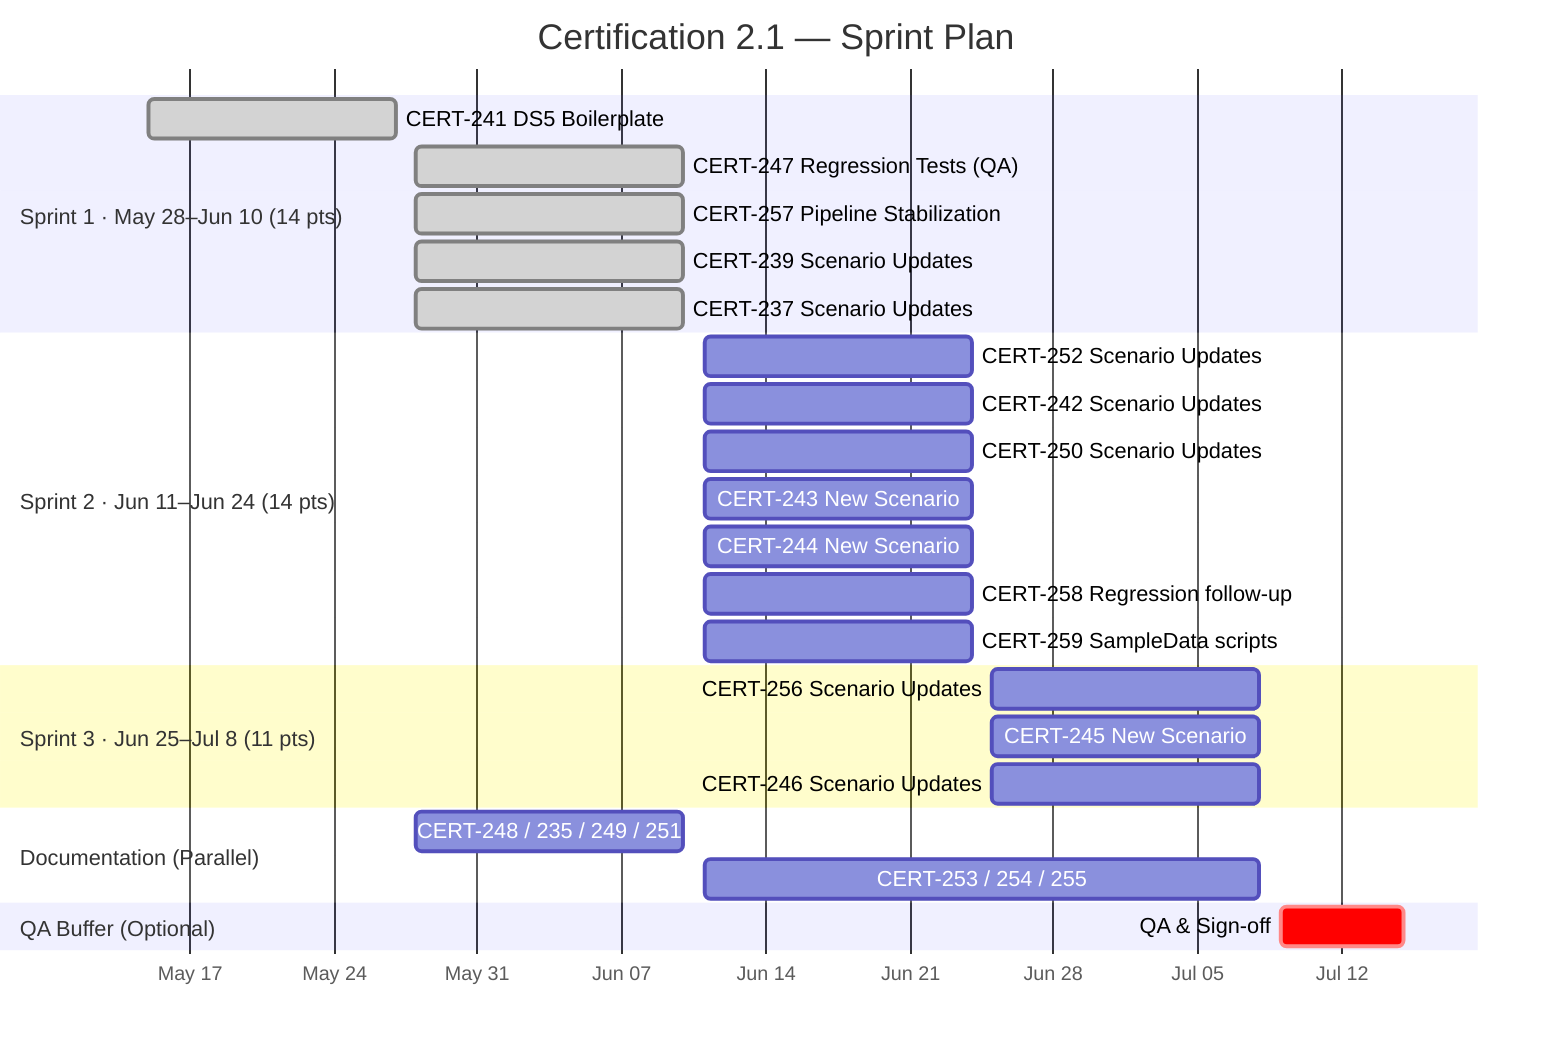
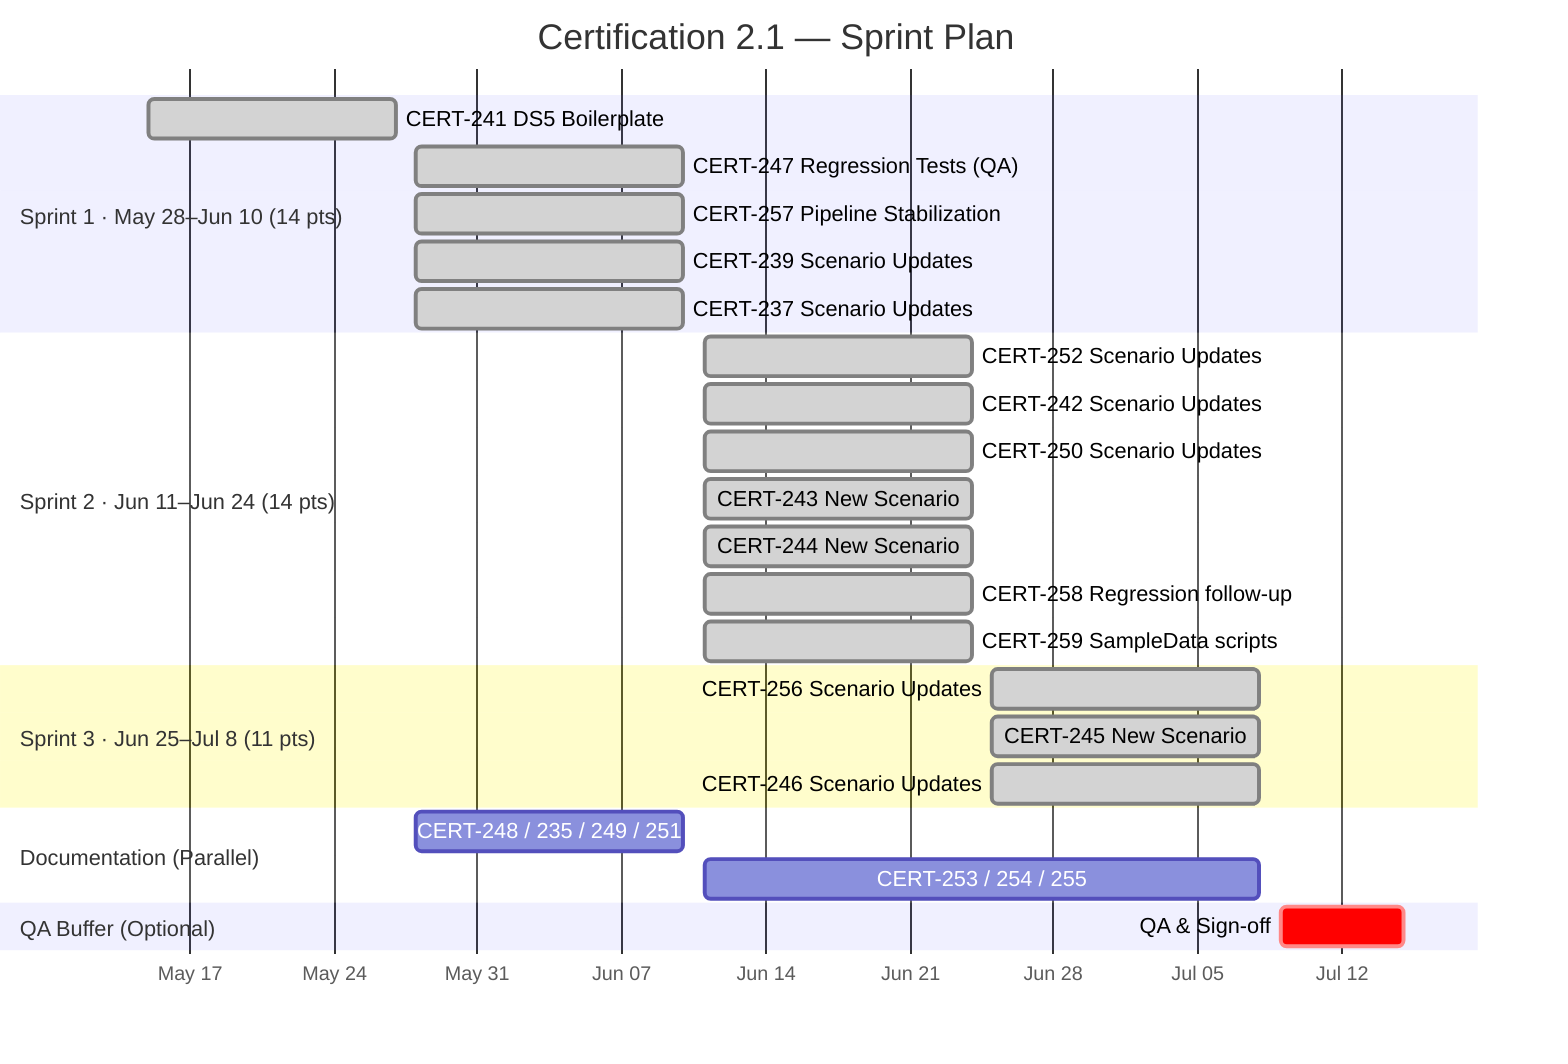
gantt
    title Certification 2.1 — Sprint Plan
    dateFormat  YYYY-MM-DD
    axisFormat  %b %d

    section Sprint 1 · May 28–Jun 10 (14 pts)
    CERT-241 DS5 Boilerplate         :done, cert241, 2026-05-15, 2026-05-27
    CERT-247 Regression Tests (QA)          :done, cert247, 2026-05-28, 2026-06-10
    CERT-257 Pipeline Stabilization    :done, cert257, 2026-05-28, 2026-06-10
    CERT-239 Scenario Updates               :done, cert239, 2026-05-28, 2026-06-10
    CERT-237 Scenario Updates               :done, cert237, 2026-05-28, 2026-06-10

    section Sprint 2 · Jun 11–Jun 24 (14 pts)
-     CERT-252 Scenario Updates               :cert252, 2026-06-11, 2026-06-24
-     CERT-242 Scenario Updates               :cert242, 2026-06-11, 2026-06-24
-     CERT-250 Scenario Updates               :cert250, 2026-06-11, 2026-06-24
-     CERT-243 New Scenario                   :cert243, 2026-06-11, 2026-06-24
-     CERT-244 New Scenario                   :cert244, 2026-06-11, 2026-06-24
-     CERT-258 Regression follow-up           :cert258, 2026-06-11, 2026-06-24
-     CERT-259 SampleData scripts       :cert259, 2026-06-11, 2026-06-24
+     CERT-252 Scenario Updates               :done, cert252, 2026-06-11, 2026-06-24
+     CERT-242 Scenario Updates               :done, cert242, 2026-06-11, 2026-06-24
+     CERT-250 Scenario Updates               :done, cert250, 2026-06-11, 2026-06-24
+     CERT-243 New Scenario                   :done, cert243, 2026-06-11, 2026-06-24
+     CERT-244 New Scenario                   :done, cert244, 2026-06-11, 2026-06-24
+     CERT-258 Regression follow-up           :done, cert258, 2026-06-11, 2026-06-24
+     CERT-259 SampleData scripts       :done, cert259, 2026-06-11, 2026-06-24

    section Sprint 3 · Jun 25–Jul 8 (11 pts)
-     CERT-256 Scenario Updates               :cert256, 2026-06-25, 2026-07-08
-     CERT-245 New Scenario                   :cert245, 2026-06-25, 2026-07-08
-     CERT-246 Scenario Updates               :cert246, 2026-06-25, 2026-07-08
+     CERT-256 Scenario Updates               :done, cert256, 2026-06-25, 2026-07-08
+     CERT-245 New Scenario                   :done, cert245, 2026-06-25, 2026-07-08
+     CERT-246 Scenario Updates               :done, cert246, 2026-06-25, 2026-07-08

    section Documentation (Parallel)
    CERT-248 / 235 / 249 / 251              :doc1, 2026-05-28, 2026-06-10
    CERT-253 / 254 / 255                    :doc2, 2026-06-11, 2026-07-08

    section QA Buffer (Optional)
    QA & Sign-off                :crit, qa, 2026-07-09, 2026-07-15
